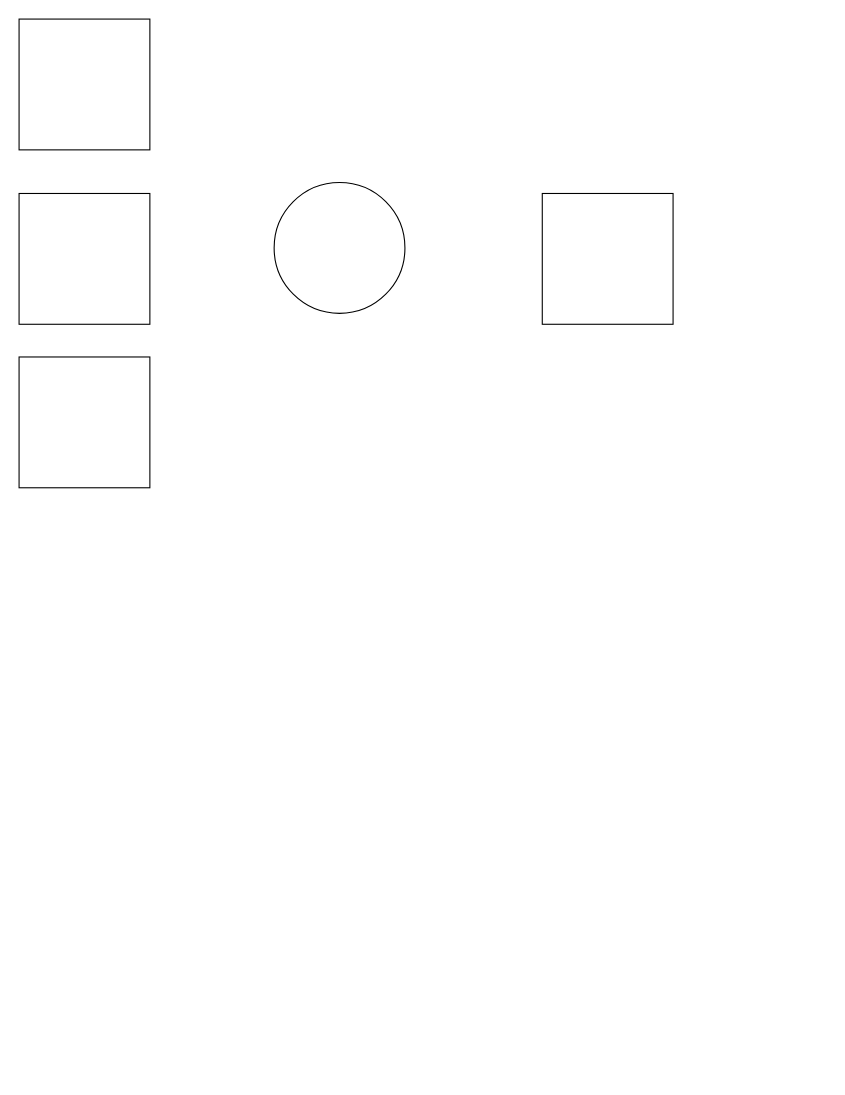
05dbec67c6/kmp keeps this draw.io diagram as asd.drawio. Above is the earlier version. Source tidied: cells renumbered, new cells numbered last; positions are measured from the earlier drawing's top-left corner, leaving out a move shared by most shapes. Both pictures are drawn from the tidied source at 109%, with x=0, y=0 at pixel (19, 19).
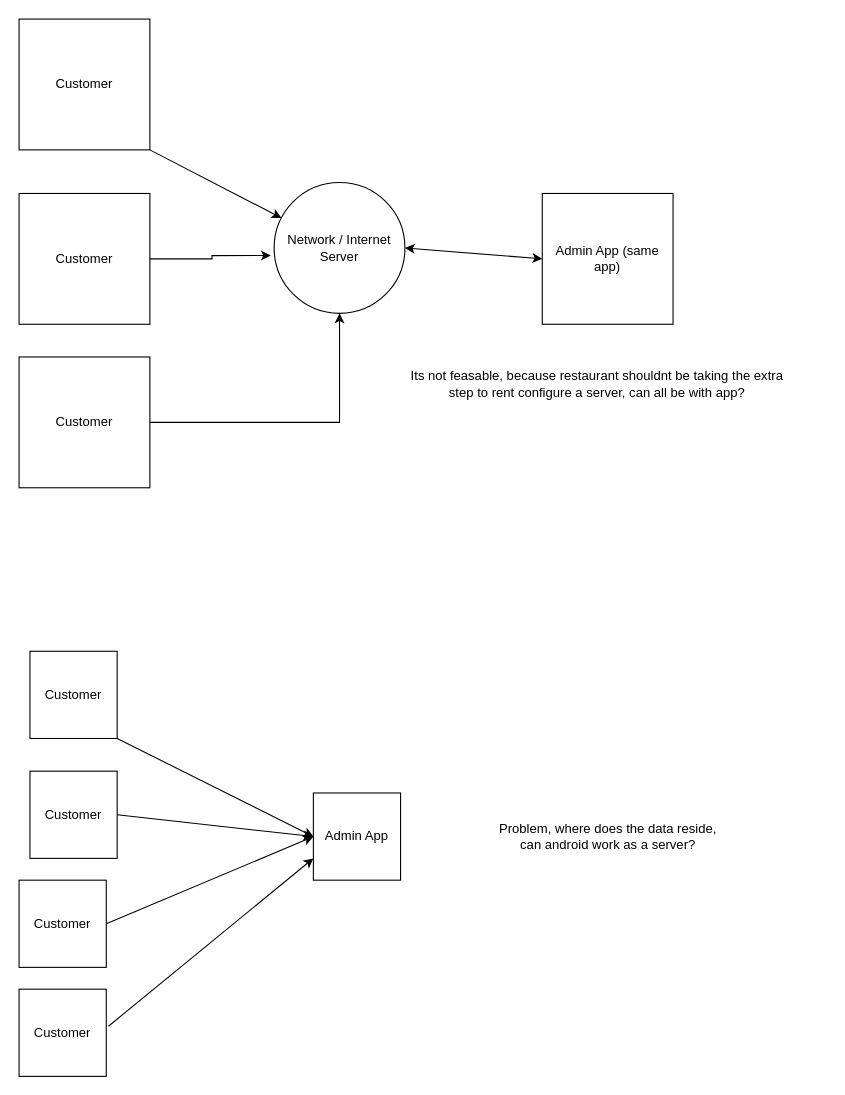
Above is the later version.

Diff of the diagram source:
```diff
@@
-    <mxCell id="2" style="rounded=0;whiteSpace=wrap;html=1;" parent="1" vertex="1">
+    <mxCell id="2" value="Customer" style="rounded=0;whiteSpace=wrap;html=1;" parent="1" vertex="1">
       <mxGeometry width="120" height="120" as="geometry" />
     </mxCell>
-    <mxCell id="3" style="ellipse;whiteSpace=wrap;html=1;" parent="1" vertex="1">
+    <mxCell id="3" value="&lt;div&gt;Network / Internet&lt;/div&gt;&lt;div&gt;Server&lt;br&gt;&lt;/div&gt;" style="ellipse;whiteSpace=wrap;html=1;" parent="1" vertex="1">
       <mxGeometry x="234" y="150" width="120" height="120" as="geometry" />
     </mxCell>
-    <mxCell id="4" style="rounded=0;whiteSpace=wrap;html=1;" parent="1" vertex="1">
+    <mxCell id="4" value="Customer" style="rounded=0;whiteSpace=wrap;html=1;" parent="1" vertex="1">
       <mxGeometry y="160" width="120" height="120" as="geometry" />
     </mxCell>
+    <mxCell id="7" style="edgeStyle=orthogonalEdgeStyle;rounded=0;jettySize=auto;html=1;exitX=1;exitY=0.5;exitDx=0;exitDy=0;" parent="1" edge="1" source="5" target="3">
+      <mxGeometry relative="1" as="geometry" />
+    </mxCell>
-    <mxCell id="5" style="rounded=0;whiteSpace=wrap;html=1;" parent="1" vertex="1">
+    <mxCell id="5" value="Customer" style="rounded=0;whiteSpace=wrap;html=1;" parent="1" vertex="1">
       <mxGeometry y="310" width="120" height="120" as="geometry" />
     </mxCell>
-    <mxCell id="6" style="whiteSpace=wrap;html=1;" parent="1" vertex="1">
+    <mxCell id="6" value="Admin App (same app)" style="whiteSpace=wrap;html=1;" parent="1" vertex="1">
       <mxGeometry x="480" y="160" width="120" height="120" as="geometry" />
     </mxCell>
+    <mxCell id="8" style="endArrow=classic;html=1;rounded=0;exitX=1;exitY=1;exitDx=0;exitDy=0;" parent="1" edge="1" source="2" target="3">
+      <mxGeometry relative="1" as="geometry" />
+    </mxCell>
+    <mxCell id="9" style="endArrow=classic;startArrow=classic;html=1;rounded=0;exitX=0;exitY=0.5;exitDx=0;exitDy=0;entryX=1;entryY=0.5;entryDx=0;entryDy=0;" parent="1" edge="1" source="6" target="3">
+      <mxGeometry relative="1" as="geometry" />
+    </mxCell>
+    <mxCell id="10" style="edgeStyle=orthogonalEdgeStyle;rounded=0;jettySize=auto;html=1;exitX=1;exitY=0.5;exitDx=0;exitDy=0;entryX=-0.025;entryY=0.558;entryDx=0;entryDy=0;entryPerimeter=0;" parent="1" edge="1" source="4" target="3">
+      <mxGeometry relative="1" as="geometry" />
+    </mxCell>
+    <mxCell id="11" value="Customer" style="whiteSpace=wrap;html=1;" parent="1" vertex="1">
+      <mxGeometry x="10" y="580" width="80" height="80" as="geometry" />
+    </mxCell>
+    <mxCell id="12" value="Customer" style="whiteSpace=wrap;html=1;" parent="1" vertex="1">
+      <mxGeometry x="10" y="690" width="80" height="80" as="geometry" />
+    </mxCell>
+    <mxCell id="13" value="Customer" style="whiteSpace=wrap;html=1;" parent="1" vertex="1">
+      <mxGeometry y="790" width="80" height="80" as="geometry" />
+    </mxCell>
+    <mxCell id="14" value="Customer" style="whiteSpace=wrap;html=1;" parent="1" vertex="1">
+      <mxGeometry y="890" width="80" height="80" as="geometry" />
+    </mxCell>
+    <mxCell id="15" value="Admin App" style="whiteSpace=wrap;html=1;" parent="1" vertex="1">
+      <mxGeometry x="270" y="710" width="80" height="80" as="geometry" />
+    </mxCell>
+    <mxCell id="16" style="endArrow=classic;html=1;rounded=0;exitX=1;exitY=1;exitDx=0;exitDy=0;entryX=0;entryY=0.5;entryDx=0;entryDy=0;" parent="1" edge="1" source="11" target="15">
+      <mxGeometry relative="1" as="geometry" />
+    </mxCell>
+    <mxCell id="17" style="endArrow=classic;html=1;rounded=0;exitX=1;exitY=0.5;exitDx=0;exitDy=0;entryX=0;entryY=0.5;entryDx=0;entryDy=0;" parent="1" edge="1" source="12" target="15">
+      <mxGeometry relative="1" as="geometry" />
+    </mxCell>
+    <mxCell id="18" style="endArrow=classic;html=1;rounded=0;exitX=1;exitY=0.5;exitDx=0;exitDy=0;entryX=0;entryY=0.5;entryDx=0;entryDy=0;" parent="1" edge="1" source="13" target="15">
+      <mxGeometry relative="1" as="geometry" />
+    </mxCell>
+    <mxCell id="19" style="endArrow=classic;html=1;rounded=0;exitX=1.025;exitY=0.425;exitDx=0;exitDy=0;exitPerimeter=0;entryX=0;entryY=0.75;entryDx=0;entryDy=0;" parent="1" edge="1" source="14" target="15">
+      <mxGeometry relative="1" as="geometry" />
+    </mxCell>
+    <mxCell id="20" value="&lt;div&gt;Problem, where does the data reside,&lt;/div&gt;&lt;div&gt;can android work as a server?&lt;br&gt;&lt;/div&gt;" style="text;html=1;align=center;verticalAlign=middle;strokeColor=none;fillColor=none;" parent="1" vertex="1">
+      <mxGeometry x="410" y="725" width="260" height="50" as="geometry" />
+    </mxCell>
+    <mxCell id="21" value="&lt;div&gt;Its not feasable, because restaurant shouldnt be taking the extra&lt;/div&gt;&lt;div&gt;step to rent configure a server, can all be with app?&lt;br&gt;&lt;/div&gt;" style="text;html=1;align=center;verticalAlign=middle;strokeColor=none;fillColor=none;" parent="1" vertex="1">
+      <mxGeometry x="320" y="310" width="420" height="50" as="geometry" />
+    </mxCell>
```
